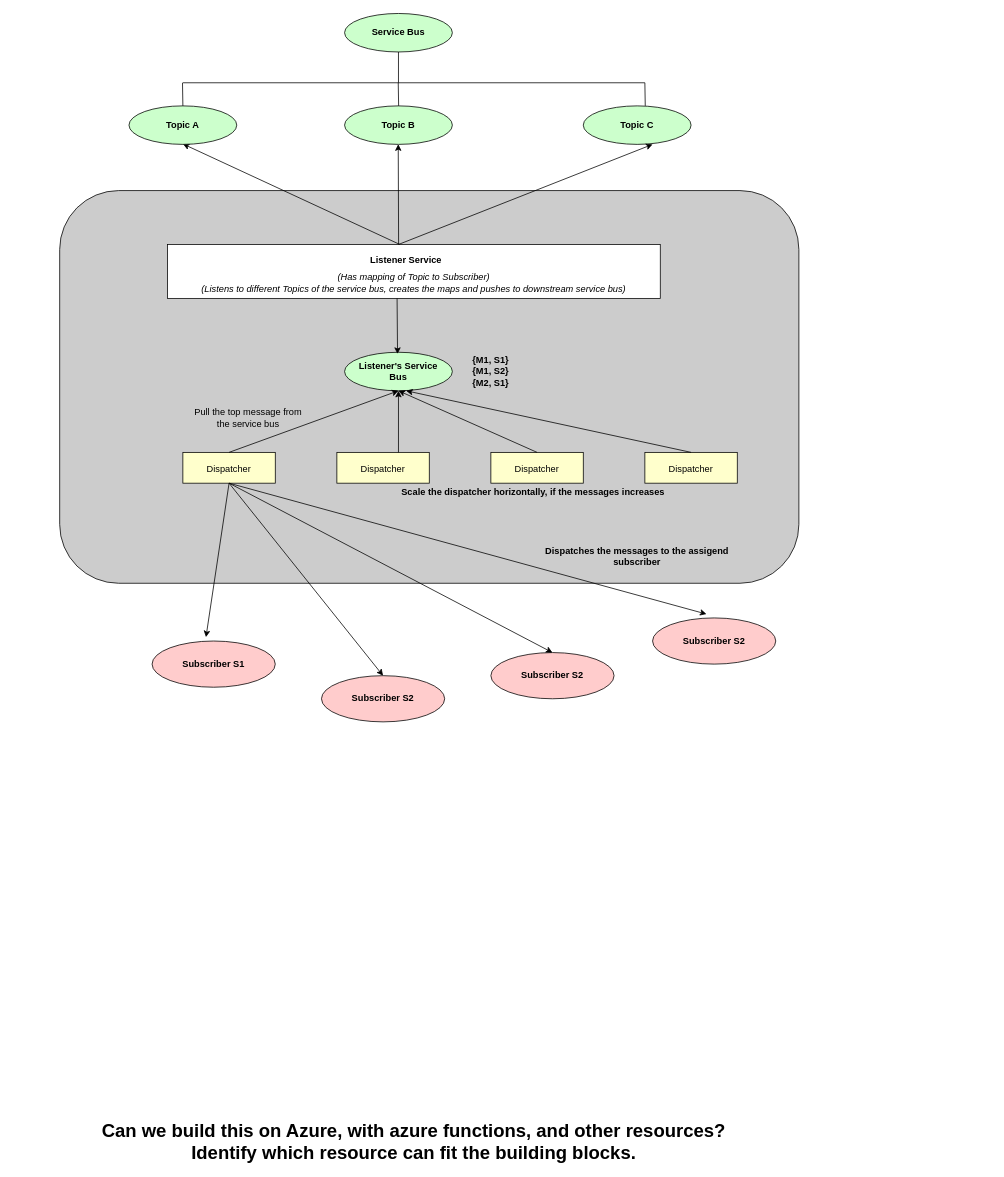
Above: Polling.drawio in ankitverma5859/drawio (draw.io), before the change. Source tidied: cells renumbered, new cells numbered last; positions are measured from the earlier drawing's top-left corner, leaving out a move shared by most shapes. Both pictures are drawn from the tidied source at 77%, with x=0, y=0 at pixel (13, 13).
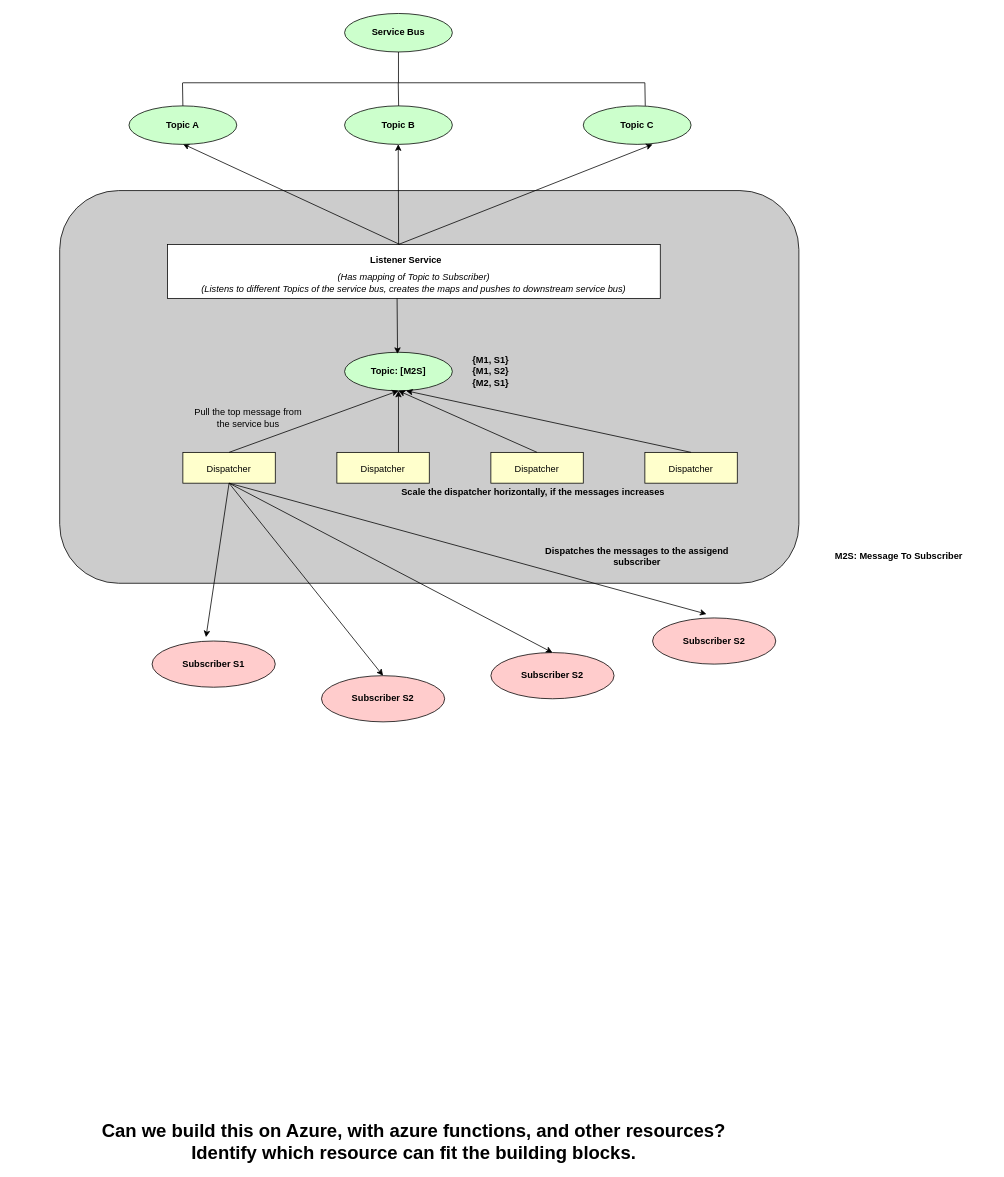
Above is the later version.

The edit, as a diff of the source:
```diff
@@
-    <mxCell id="31" value="Listener's Service Bus" style="text;html=1;align=center;verticalAlign=middle;whiteSpace=wrap;rounded=0;fontStyle=1;" parent="1" vertex="1">
+    <mxCell id="31" value="Topic: [M2S]" style="text;html=1;align=center;verticalAlign=middle;whiteSpace=wrap;rounded=0;fontStyle=1;" parent="1" vertex="1">
       <mxGeometry x="440" y="450" width="120" height="30" as="geometry" />
     </mxCell>
@@
+    <mxCell id="54" value="M2S: Message To Subscriber" style="text;html=1;align=center;verticalAlign=middle;whiteSpace=wrap;rounded=0;fontStyle=1;" parent="1" vertex="1">
+      <mxGeometry x="1030" y="690" width="240" height="30" as="geometry" />
+    </mxCell>
```
